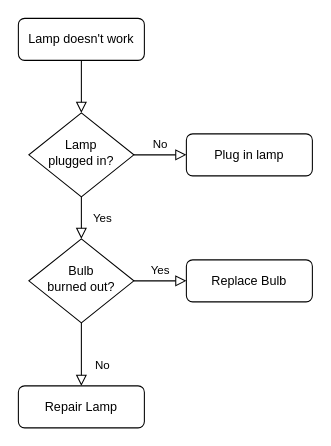
Before: Untitled Diagram.drawio in pengzhong200722/dyCrawler, a draw.io diagram. Source tidied: cells renumbered, new cells numbered last; positions are measured from the earlier drawing's top-left corner, leaving out a move shared by most shapes. Both pictures are drawn from the tidied source at 105%, with x=0, y=0 at pixel (18, 18).
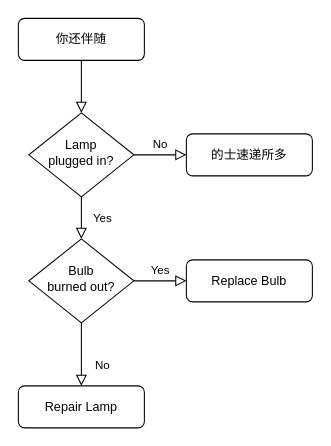
The same page after the edit.

The edit, as a diff of the source:
```diff
@@
 <mxGraphModel>
   <root>
     <mxCell id="0" />
     <mxCell id="1" parent="0" />
     <mxCell id="2" style="rounded=0;html=1;jettySize=auto;fontSize=11;endArrow=block;endFill=0;endSize=8;strokeWidth=1;shadow=0;labelBackgroundColor=none;edgeStyle=orthogonalEdgeStyle;" parent="1" edge="1" source="3" target="6">
       <mxGeometry relative="1" as="geometry" />
     </mxCell>
-    <mxCell id="3" value="Lamp doesn't work" style="rounded=1;whiteSpace=wrap;html=1;fontSize=12;glass=0;strokeWidth=1;shadow=0;" parent="1" vertex="1">
+    <mxCell id="3" value="你还伴随" style="rounded=1;whiteSpace=wrap;html=1;fontSize=12;glass=0;strokeWidth=1;shadow=0;" parent="1" vertex="1">
       <mxGeometry width="120" height="40" as="geometry" />
     </mxCell>
     <mxCell id="4" value="Yes" style="rounded=0;html=1;jettySize=auto;fontSize=11;endArrow=block;endFill=0;endSize=8;strokeWidth=1;shadow=0;labelBackgroundColor=none;edgeStyle=orthogonalEdgeStyle;" parent="1" edge="1" source="6" target="10">
       <mxGeometry y="20" relative="1" as="geometry" />
     </mxCell>
     <mxCell id="5" value="No" style="edgeStyle=orthogonalEdgeStyle;rounded=0;html=1;jettySize=auto;fontSize=11;endArrow=block;endFill=0;endSize=8;strokeWidth=1;shadow=0;labelBackgroundColor=none;" parent="1" edge="1" source="6" target="7">
       <mxGeometry y="10" relative="1" as="geometry" />
     </mxCell>
     <mxCell id="6" value="Lamp&lt;br&gt;plugged in?" style="rhombus;whiteSpace=wrap;html=1;shadow=0;fontFamily=Helvetica;fontSize=12;align=center;strokeWidth=1;spacing=6;spacingTop=-4;" parent="1" vertex="1">
       <mxGeometry x="10" y="90" width="100" height="80" as="geometry" />
     </mxCell>
-    <mxCell id="7" value="Plug in lamp" style="rounded=1;whiteSpace=wrap;html=1;fontSize=12;glass=0;strokeWidth=1;shadow=0;" parent="1" vertex="1">
+    <mxCell id="7" value="的士速递所多" style="rounded=1;whiteSpace=wrap;html=1;fontSize=12;glass=0;strokeWidth=1;shadow=0;" parent="1" vertex="1">
       <mxGeometry x="160" y="110" width="120" height="40" as="geometry" />
     </mxCell>
     <mxCell id="8" value="No" style="rounded=0;html=1;jettySize=auto;fontSize=11;endArrow=block;endFill=0;endSize=8;strokeWidth=1;shadow=0;labelBackgroundColor=none;edgeStyle=orthogonalEdgeStyle;" parent="1" edge="1" source="10" target="11">
       <mxGeometry x="0.33" y="20" relative="1" as="geometry" />
     </mxCell>
     <mxCell id="9" value="Yes" style="edgeStyle=orthogonalEdgeStyle;rounded=0;html=1;jettySize=auto;fontSize=11;endArrow=block;endFill=0;endSize=8;strokeWidth=1;shadow=0;labelBackgroundColor=none;" parent="1" edge="1" source="10" target="12">
       <mxGeometry y="10" relative="1" as="geometry" />
     </mxCell>
     <mxCell id="10" value="Bulb&lt;br&gt;burned out?" style="rhombus;whiteSpace=wrap;html=1;shadow=0;fontFamily=Helvetica;fontSize=12;align=center;strokeWidth=1;spacing=6;spacingTop=-4;" parent="1" vertex="1">
       <mxGeometry x="10" y="210" width="100" height="80" as="geometry" />
     </mxCell>
     <mxCell id="11" value="Repair Lamp" style="rounded=1;whiteSpace=wrap;html=1;fontSize=12;glass=0;strokeWidth=1;shadow=0;" parent="1" vertex="1">
       <mxGeometry y="350" width="120" height="40" as="geometry" />
     </mxCell>
     <mxCell id="12" value="Replace Bulb" style="rounded=1;whiteSpace=wrap;html=1;fontSize=12;glass=0;strokeWidth=1;shadow=0;" parent="1" vertex="1">
       <mxGeometry x="160" y="230" width="120" height="40" as="geometry" />
     </mxCell>
   </root>
 </mxGraphModel>
```
